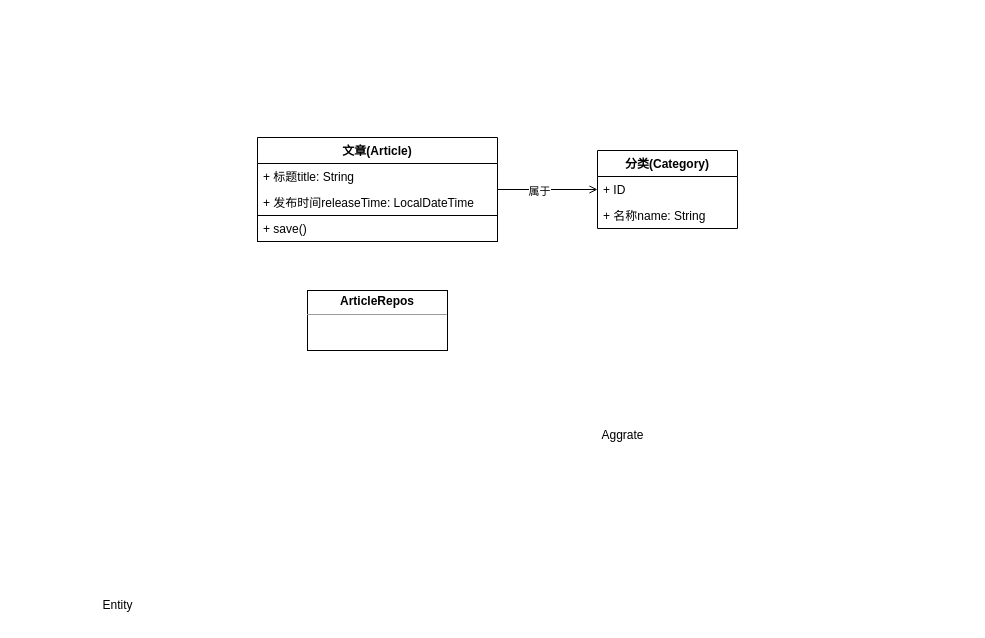
Before: 文章模块类图.drawio in uygnaix/diagrams, a draw.io diagram. Source tidied: cells renumbered, new cells numbered last; positions are measured from the earlier drawing's top-left corner, leaving out a move shared by most shapes. Both pictures are drawn from the tidied source at 100%, with x=0, y=0 at pixel (92, 137).
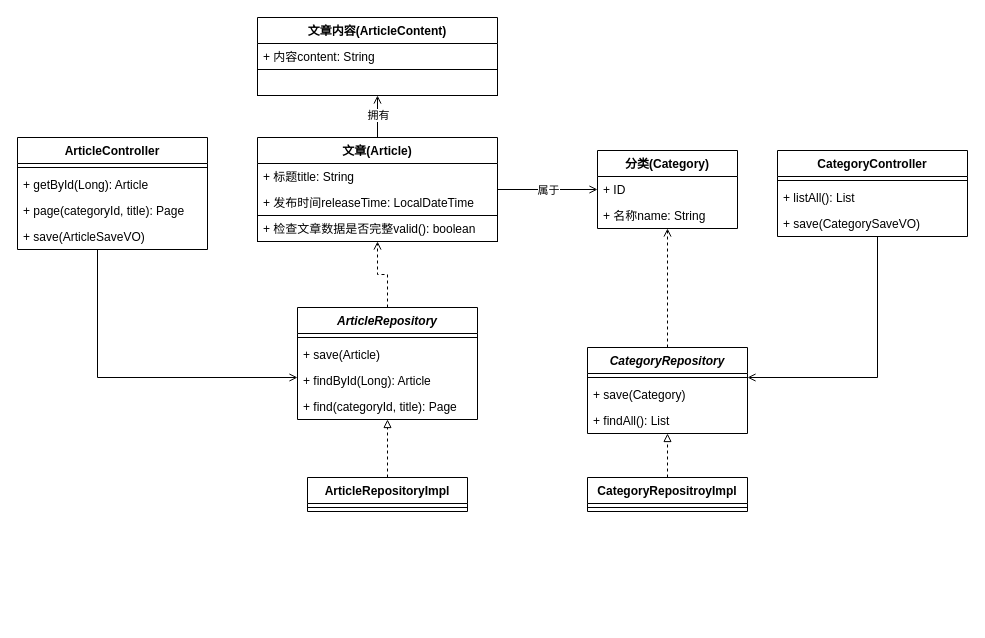
After the change.

Commit message (it also covers changes not shown here):
更新文章模块类图.drawio

The change refers to these unchanged cells:
```xml
<mxCell id="4" value="文章(Article)" style="swimlane;fontStyle=1;horizontal=1;startSize=26;fillColor=none;" parent="1" vertex="1">
  <mxGeometry x="165" width="240" height="104" as="geometry" />
</mxCell>
<mxCell id="8" value="分类(Category)" style="swimlane;fontStyle=1;horizontal=1;startSize=26;fillColor=none;" parent="1" vertex="1">
  <mxGeometry x="505" y="13" width="140" height="78" as="geometry" />
</mxCell>
<mxCell id="9" value="+ ID" style="text;strokeColor=none;fillColor=none;align=left;verticalAlign=top;spacingLeft=4;spacingRight=4;overflow=hidden;points=[[0,0.5],[1,0.5]];portConstraint=eastwest;" parent="8" vertex="1">
  <mxGeometry y="26" width="140" height="26" as="geometry" />
</mxCell>
```

Change to the diagram source:
```diff
@@
-    <mxCell id="2" style="edgeStyle=orthogonalEdgeStyle;rounded=0;jettySize=auto;html=1;entryX=0;entryY=0.5;entryDx=0;entryDy=0;endArrow=open;endFill=0;" parent="1" edge="1" source="4" target="9">
+    <mxCell id="2" style="edgeStyle=orthogonalEdgeStyle;rounded=0;jettySize=auto;html=1;entryX=0;entryY=0.5;entryDx=0;entryDy=0;startArrow=none;startFill=0;endArrow=open;endFill=0;" parent="1" edge="1" source="4" target="9">
       <mxGeometry relative="1" as="geometry" />
     </mxCell>
     <mxCell id="3" value="属于" style="edgeLabel;html=1;align=center;verticalAlign=middle;" parent="2" vertex="1">
-      <mxGeometry x="-0.19" y="-1" relative="1" as="geometry" />
+      <mxGeometry x="-0.22" y="-4" relative="1" as="geometry">
+        <mxPoint x="11" y="-4" as="offset" />
+      </mxGeometry>
     </mxCell>
+    <mxCell id="14" style="edgeStyle=orthogonalEdgeStyle;rounded=0;jettySize=auto;html=1;startArrow=none;startFill=0;endArrow=open;endFill=0;" parent="1" edge="1" source="4" target="39">
+      <mxGeometry relative="1" as="geometry" />
+    </mxCell>
+    <mxCell id="15" value="拥有" style="edgeLabel;html=1;align=center;verticalAlign=middle;" parent="14" vertex="1">
+      <mxGeometry x="-0.29" y="-1" relative="1" as="geometry">
+        <mxPoint x="-1" y="-8" as="offset" />
+      </mxGeometry>
+    </mxCell>
@@
-    <mxCell id="7" value="+ save()" style="text;strokeColor=default;fillColor=none;align=left;verticalAlign=top;spacingLeft=4;spacingRight=4;overflow=hidden;" parent="4" vertex="1">
+    <mxCell id="7" value="+ 检查文章数据是否完整valid(): boolean" style="text;strokeColor=default;fillColor=none;align=left;verticalAlign=top;spacingLeft=4;spacingRight=4;overflow=hidden;" parent="4" vertex="1">
       <mxGeometry y="78" width="240" height="26" as="geometry" />
     </mxCell>
@@
-    <mxCell id="11" value="Aggrate" style="text;html=1;align=center;verticalAlign=middle;strokeColor=none;fillColor=none;" parent="1" vertex="1">
-      <mxGeometry x="495" y="283" width="70" height="30" as="geometry" />
-    </mxCell>
-    <mxCell id="12" value="Entity" style="text;html=1;align=center;verticalAlign=middle;strokeColor=none;fillColor=none;" parent="1" vertex="1">
-      <mxGeometry y="453" width="50" height="30" as="geometry" />
-    </mxCell>
-    <mxCell id="13" value="&lt;p style=&quot;margin:0px;margin-top:4px;text-align:center;&quot;&gt;&lt;b&gt;ArticleRepos&lt;/b&gt;&lt;/p&gt;&lt;hr size=&quot;1&quot;&gt;&lt;div style=&quot;height:2px;&quot;&gt;&lt;/div&gt;" style="verticalAlign=top;align=left;overflow=fill;fontSize=12;fontFamily=Helvetica;html=1;strokeColor=default;" parent="1" vertex="1">
-      <mxGeometry x="215" y="153" width="140" height="60" as="geometry" />
-    </mxCell>
+    <mxCell id="16" style="edgeStyle=orthogonalEdgeStyle;rounded=0;jettySize=auto;html=1;endArrow=open;endFill=0;dashed=1;" parent="1" edge="1" source="17" target="4">
+      <mxGeometry relative="1" as="geometry" />
+    </mxCell>
+    <mxCell id="17" value="ArticleRepository" style="swimlane;fontStyle=3;align=center;verticalAlign=top;horizontal=1;startSize=26;strokeColor=default;" parent="1" vertex="1">
+      <mxGeometry x="205" y="170" width="180" height="112" as="geometry" />
+    </mxCell>
+    <mxCell id="18" style="line;strokeWidth=1;fillColor=none;align=left;verticalAlign=middle;spacingTop=-1;spacingLeft=3;spacingRight=3;labelPosition=right;" parent="17" vertex="1">
+      <mxGeometry y="26" width="180" height="8" as="geometry" />
+    </mxCell>
+    <mxCell id="19" value="+ save(Article)" style="text;strokeColor=none;fillColor=none;align=left;verticalAlign=top;spacingLeft=4;spacingRight=4;overflow=hidden;" parent="17" vertex="1">
+      <mxGeometry y="34" width="180" height="26" as="geometry" />
+    </mxCell>
+    <mxCell id="20" value="+ findById(Long): Article" style="text;strokeColor=none;fillColor=none;align=left;verticalAlign=top;spacingLeft=4;spacingRight=4;overflow=hidden;" parent="17" vertex="1">
+      <mxGeometry y="60" width="180" height="26" as="geometry" />
+    </mxCell>
+    <mxCell id="21" value="+ find(categoryId, title): Page" style="text;strokeColor=none;fillColor=none;align=left;verticalAlign=top;spacingLeft=4;spacingRight=4;overflow=hidden;" parent="17" vertex="1">
+      <mxGeometry y="86" width="180" height="26" as="geometry" />
+    </mxCell>
+    <mxCell id="22" style="edgeStyle=orthogonalEdgeStyle;rounded=0;jettySize=auto;html=1;endArrow=block;endFill=0;dashed=1;" parent="1" edge="1" source="23" target="17">
+      <mxGeometry relative="1" as="geometry" />
+    </mxCell>
+    <mxCell id="23" value="ArticleRepositoryImpl" style="swimlane;fontStyle=1;align=center;verticalAlign=top;horizontal=1;startSize=26;strokeColor=default;" parent="1" vertex="1">
+      <mxGeometry x="215" y="340" width="160" height="34" as="geometry" />
+    </mxCell>
+    <mxCell id="24" style="line;strokeWidth=1;fillColor=none;align=left;verticalAlign=middle;spacingTop=-1;spacingLeft=3;spacingRight=3;labelPosition=right;" parent="23" vertex="1">
+      <mxGeometry y="26" width="160" height="8" as="geometry" />
+    </mxCell>
+    <mxCell id="25" style="edgeStyle=orthogonalEdgeStyle;rounded=0;jettySize=auto;html=1;endArrow=open;endFill=0;dashed=1;" parent="1" edge="1" source="26" target="8">
+      <mxGeometry relative="1" as="geometry" />
+    </mxCell>
+    <mxCell id="26" value="CategoryRepository" style="swimlane;fontStyle=3;align=center;verticalAlign=top;horizontal=1;startSize=26;strokeColor=default;" parent="1" vertex="1">
+      <mxGeometry x="495" y="210" width="160" height="86" as="geometry" />
+    </mxCell>
+    <mxCell id="27" style="line;strokeWidth=1;fillColor=none;align=left;verticalAlign=middle;spacingTop=-1;spacingLeft=3;spacingRight=3;labelPosition=right;" parent="26" vertex="1">
+      <mxGeometry y="26" width="160" height="8" as="geometry" />
+    </mxCell>
+    <mxCell id="28" value="+ save(Category)" style="text;strokeColor=none;fillColor=none;align=left;verticalAlign=top;spacingLeft=4;spacingRight=4;overflow=hidden;" parent="26" vertex="1">
+      <mxGeometry y="34" width="160" height="26" as="geometry" />
+    </mxCell>
+    <mxCell id="29" value="+ findAll(): List" style="text;strokeColor=none;fillColor=none;align=left;verticalAlign=top;spacingLeft=4;spacingRight=4;overflow=hidden;" parent="26" vertex="1">
+      <mxGeometry y="60" width="160" height="26" as="geometry" />
+    </mxCell>
+    <mxCell id="30" style="edgeStyle=orthogonalEdgeStyle;rounded=0;jettySize=auto;html=1;endArrow=block;endFill=0;dashed=1;" parent="1" edge="1" source="31" target="26">
+      <mxGeometry relative="1" as="geometry" />
+    </mxCell>
+    <mxCell id="31" value="CategoryRepositroyImpl" style="swimlane;fontStyle=1;align=center;verticalAlign=top;horizontal=1;startSize=26;strokeColor=default;" parent="1" vertex="1">
+      <mxGeometry x="495" y="340" width="160" height="34" as="geometry" />
+    </mxCell>
+    <mxCell id="32" style="line;strokeWidth=1;fillColor=none;align=left;verticalAlign=middle;spacingTop=-1;spacingLeft=3;spacingRight=3;labelPosition=right;" parent="31" vertex="1">
+      <mxGeometry y="26" width="160" height="8" as="geometry" />
+    </mxCell>
+    <mxCell id="33" style="edgeStyle=orthogonalEdgeStyle;rounded=0;jettySize=auto;html=1;startArrow=none;startFill=0;endArrow=open;endFill=0;" parent="1" edge="1" source="34" target="17">
+      <mxGeometry relative="1" as="geometry">
+        <Array as="points">
+          <mxPoint x="5" y="240" />
+        </Array>
+      </mxGeometry>
+    </mxCell>
+    <mxCell id="34" value="ArticleController" style="swimlane;fontStyle=1;align=center;verticalAlign=top;horizontal=1;startSize=26;strokeColor=default;" parent="1" vertex="1">
+      <mxGeometry x="-75" width="190" height="112" as="geometry" />
+    </mxCell>
+    <mxCell id="35" style="line;strokeWidth=1;fillColor=none;align=left;verticalAlign=middle;spacingTop=-1;spacingLeft=3;spacingRight=3;labelPosition=right;" parent="34" vertex="1">
+      <mxGeometry y="26" width="190" height="8" as="geometry" />
+    </mxCell>
+    <mxCell id="36" value="+ getById(Long): Article" style="text;strokeColor=none;fillColor=none;align=left;verticalAlign=top;spacingLeft=4;spacingRight=4;overflow=hidden;" parent="34" vertex="1">
+      <mxGeometry y="34" width="190" height="26" as="geometry" />
+    </mxCell>
+    <mxCell id="37" value="+ page(categoryId, title): Page" style="text;strokeColor=none;fillColor=none;align=left;verticalAlign=top;spacingLeft=4;spacingRight=4;overflow=hidden;" parent="34" vertex="1">
+      <mxGeometry y="60" width="190" height="26" as="geometry" />
+    </mxCell>
+    <mxCell id="38" value="+ save(ArticleSaveVO)" style="text;strokeColor=none;fillColor=none;align=left;verticalAlign=top;spacingLeft=4;spacingRight=4;overflow=hidden;" parent="34" vertex="1">
+      <mxGeometry y="86" width="190" height="26" as="geometry" />
+    </mxCell>
+    <mxCell id="39" value="文章内容(ArticleContent)" style="swimlane;fontStyle=1;horizontal=1;startSize=26;fillColor=none;" parent="1" vertex="1">
+      <mxGeometry x="165" y="-120" width="240" height="78" as="geometry" />
+    </mxCell>
+    <mxCell id="40" value="+ 内容content: String" style="text;strokeColor=none;fillColor=none;align=left;verticalAlign=top;spacingLeft=4;spacingRight=4;overflow=hidden;" parent="39" vertex="1">
+      <mxGeometry y="26" width="240" height="26" as="geometry" />
+    </mxCell>
+    <mxCell id="41" style="text;strokeColor=default;fillColor=none;align=left;verticalAlign=top;spacingLeft=4;spacingRight=4;overflow=hidden;" parent="39" vertex="1">
+      <mxGeometry y="52" width="240" height="26" as="geometry" />
+    </mxCell>
+    <mxCell id="42" style="edgeStyle=orthogonalEdgeStyle;rounded=0;jettySize=auto;html=1;startArrow=none;startFill=0;endArrow=open;endFill=0;" parent="1" edge="1" source="43" target="26">
+      <mxGeometry relative="1" as="geometry">
+        <Array as="points">
+          <mxPoint x="785" y="240" />
+        </Array>
+      </mxGeometry>
+    </mxCell>
+    <mxCell id="43" value="CategoryController" style="swimlane;fontStyle=1;align=center;verticalAlign=top;horizontal=1;startSize=26;strokeColor=default;" parent="1" vertex="1">
+      <mxGeometry x="685" y="13" width="190" height="86" as="geometry" />
+    </mxCell>
+    <mxCell id="44" style="line;strokeWidth=1;fillColor=none;align=left;verticalAlign=middle;spacingTop=-1;spacingLeft=3;spacingRight=3;labelPosition=right;" parent="43" vertex="1">
+      <mxGeometry y="26" width="190" height="8" as="geometry" />
+    </mxCell>
+    <mxCell id="45" value="+ listAll(): List" style="text;strokeColor=none;fillColor=none;align=left;verticalAlign=top;spacingLeft=4;spacingRight=4;overflow=hidden;" parent="43" vertex="1">
+      <mxGeometry y="34" width="190" height="26" as="geometry" />
+    </mxCell>
+    <mxCell id="46" value="+ save(CategorySaveVO)" style="text;strokeColor=none;fillColor=none;align=left;verticalAlign=top;spacingLeft=4;spacingRight=4;overflow=hidden;" parent="43" vertex="1">
+      <mxGeometry y="60" width="190" height="26" as="geometry" />
+    </mxCell>
```
